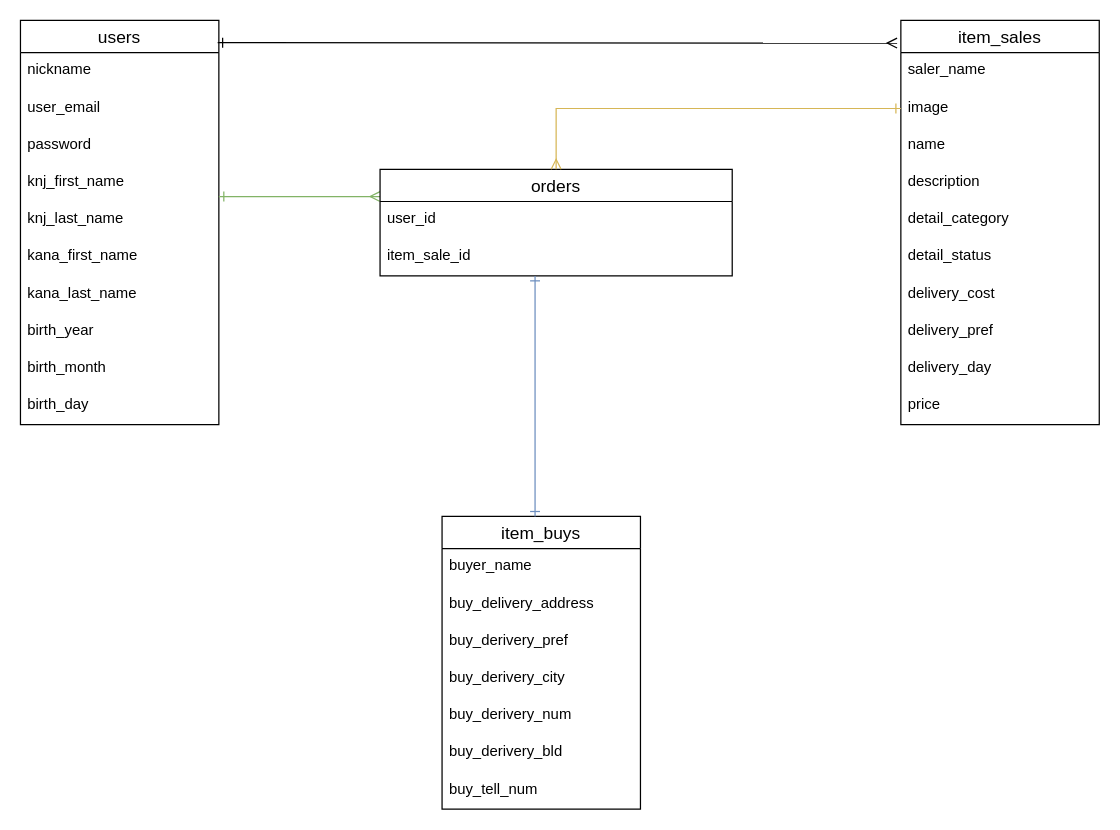
Above: frima.dio in isbs1990/furima-31314_old (draw.io), before the change. Source tidied: cells renumbered, new cells numbered last; positions are measured from the earlier drawing's top-left corner, leaving out a move shared by most shapes. Both pictures are drawn from the tidied source at 124%, with x=0, y=0 at pixel (20, 20).
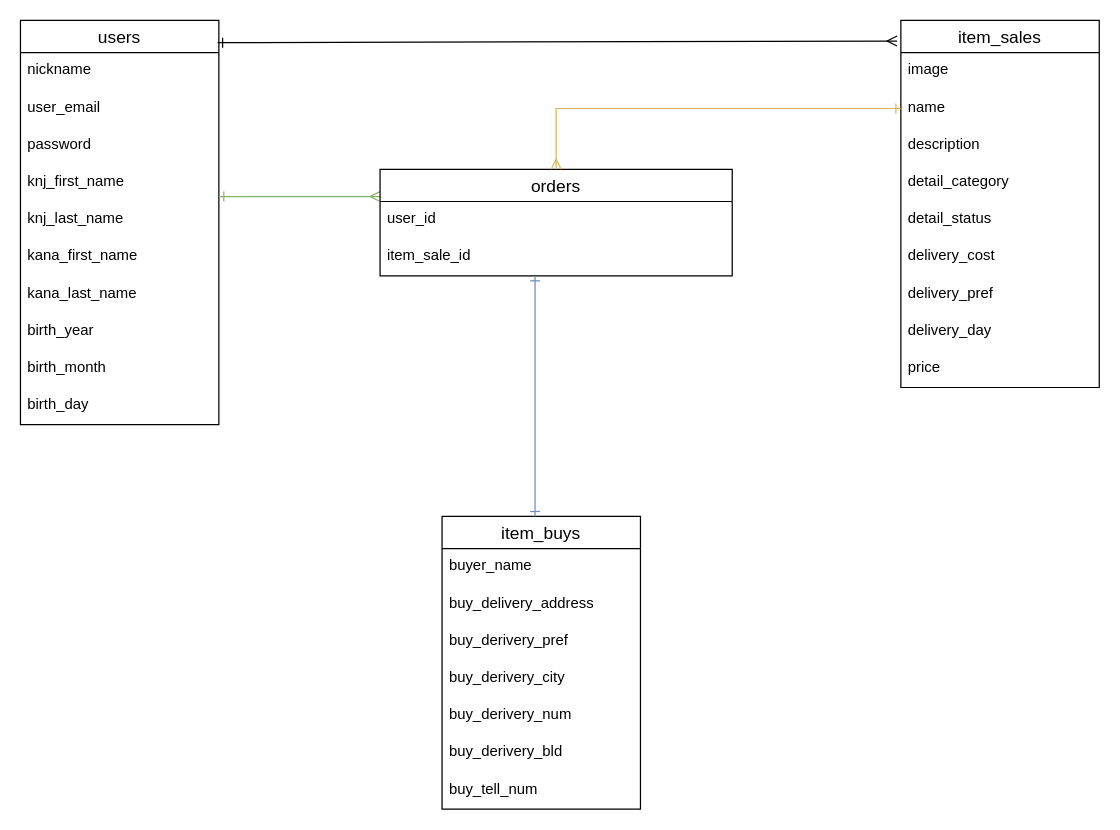
Above is the later version.

Commit message (it also covers changes not shown here):
データベース設計_README記述＆dio作成_03

What changed in the source:
```diff
@@
     <mxCell id="14" value="item_sales" style="swimlane;fontStyle=0;horizontal=1;startSize=26;align=center;fontSize=14;" parent="1" vertex="1">
-      <mxGeometry x="710" width="160" height="326" as="geometry" />
+      <mxGeometry x="710" width="160" height="296" as="geometry" />
     </mxCell>
-    <mxCell id="15" value="saler_name" style="text;strokeColor=none;fillColor=none;spacingLeft=4;spacingRight=4;overflow=hidden;fontSize=12;" parent="14" vertex="1">
-      <mxGeometry y="26" width="160" height="30" as="geometry" />
-    </mxCell>
     <mxCell id="16" value="image" style="text;strokeColor=none;fillColor=none;spacingLeft=4;spacingRight=4;overflow=hidden;fontSize=12;" parent="14" vertex="1">
-      <mxGeometry y="56" width="160" height="30" as="geometry" />
+      <mxGeometry y="26" width="160" height="30" as="geometry" />
     </mxCell>
     <mxCell id="17" value="name" style="text;strokeColor=none;fillColor=none;spacingLeft=4;spacingRight=4;overflow=hidden;fontSize=12;" parent="14" vertex="1">
-      <mxGeometry y="86" width="160" height="30" as="geometry" />
+      <mxGeometry y="56" width="160" height="30" as="geometry" />
     </mxCell>
     <mxCell id="18" value="description" style="text;strokeColor=none;fillColor=none;spacingLeft=4;spacingRight=4;overflow=hidden;fontSize=12;" parent="14" vertex="1">
-      <mxGeometry y="116" width="160" height="30" as="geometry" />
+      <mxGeometry y="86" width="160" height="30" as="geometry" />
     </mxCell>
     <mxCell id="19" value="detail_category" style="text;strokeColor=none;fillColor=none;spacingLeft=4;spacingRight=4;overflow=hidden;fontSize=12;" parent="14" vertex="1">
-      <mxGeometry y="146" width="160" height="30" as="geometry" />
+      <mxGeometry y="116" width="160" height="30" as="geometry" />
     </mxCell>
     <mxCell id="20" value="detail_status" style="text;strokeColor=none;fillColor=none;spacingLeft=4;spacingRight=4;overflow=hidden;fontSize=12;" parent="14" vertex="1">
-      <mxGeometry y="176" width="160" height="30" as="geometry" />
+      <mxGeometry y="146" width="160" height="30" as="geometry" />
     </mxCell>
     <mxCell id="21" value="delivery_cost" style="text;strokeColor=none;fillColor=none;spacingLeft=4;spacingRight=4;overflow=hidden;fontSize=12;" parent="14" vertex="1">
-      <mxGeometry y="206" width="160" height="30" as="geometry" />
+      <mxGeometry y="176" width="160" height="30" as="geometry" />
     </mxCell>
     <mxCell id="22" value="delivery_pref" style="text;strokeColor=none;fillColor=none;spacingLeft=4;spacingRight=4;overflow=hidden;fontSize=12;" parent="14" vertex="1">
-      <mxGeometry y="236" width="160" height="30" as="geometry" />
+      <mxGeometry y="206" width="160" height="30" as="geometry" />
     </mxCell>
     <mxCell id="23" value="delivery_day" style="text;strokeColor=none;fillColor=none;spacingLeft=4;spacingRight=4;overflow=hidden;fontSize=12;" parent="14" vertex="1">
-      <mxGeometry y="266" width="160" height="30" as="geometry" />
+      <mxGeometry y="236" width="160" height="30" as="geometry" />
     </mxCell>
     <mxCell id="24" value="price" style="text;strokeColor=none;fillColor=none;spacingLeft=4;spacingRight=4;overflow=hidden;fontSize=12;" parent="14" vertex="1">
-      <mxGeometry y="296" width="160" height="30" as="geometry" />
+      <mxGeometry y="266" width="160" height="30" as="geometry" />
     </mxCell>
```
